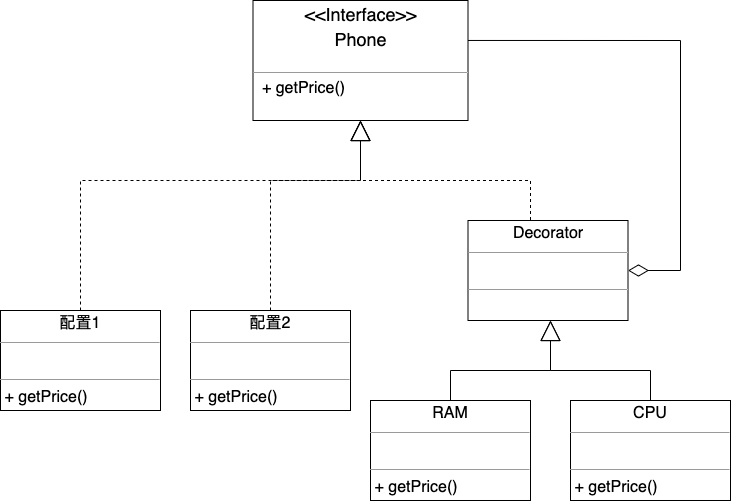
boilingfrog/design-pattern-learning keeps this draw.io diagram as img/pattern-decorator.png. Above is the earlier version. Source tidied: cells renumbered, new cells last; positions are measured from the earlier drawing's top-left corner, leaving out a move shared by most shapes.
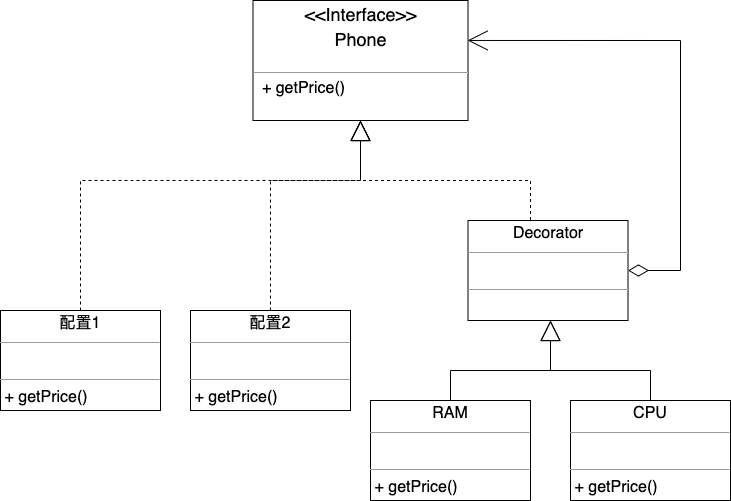
The same file after the commit.

Commit message:
装饰器模式

Diff of the diagram source:
```diff
@@ -10,7 +10,7 @@
         </Array>
       </mxGeometry>
     </mxCell>
-    <mxCell id="3" style="edgeStyle=orthogonalEdgeStyle;rounded=0;jumpSize=0;jettySize=auto;html=1;entryX=0.998;entryY=0.333;entryDx=0;entryDy=0;entryPerimeter=0;startArrow=diamondThin;startFill=0;endArrow=none;endFill=0;startSize=18;endSize=18;sourcePerimeterSpacing=18;targetPerimeterSpacing=17;exitX=1;exitY=0.5;exitDx=0;exitDy=0;" parent="1" edge="1" source="4" target="7">
+    <mxCell id="3" style="edgeStyle=orthogonalEdgeStyle;rounded=0;jumpSize=0;jettySize=auto;html=1;entryX=0.998;entryY=0.333;entryDx=0;entryDy=0;entryPerimeter=0;startArrow=diamondThin;startFill=0;endArrow=open;endFill=0;startSize=18;endSize=18;sourcePerimeterSpacing=18;targetPerimeterSpacing=17;exitX=1;exitY=0.5;exitDx=0;exitDy=0;" parent="1" edge="1" source="4" target="7">
       <mxGeometry relative="1" as="geometry">
         <Array as="points">
           <mxPoint x="680" y="270" />
```
